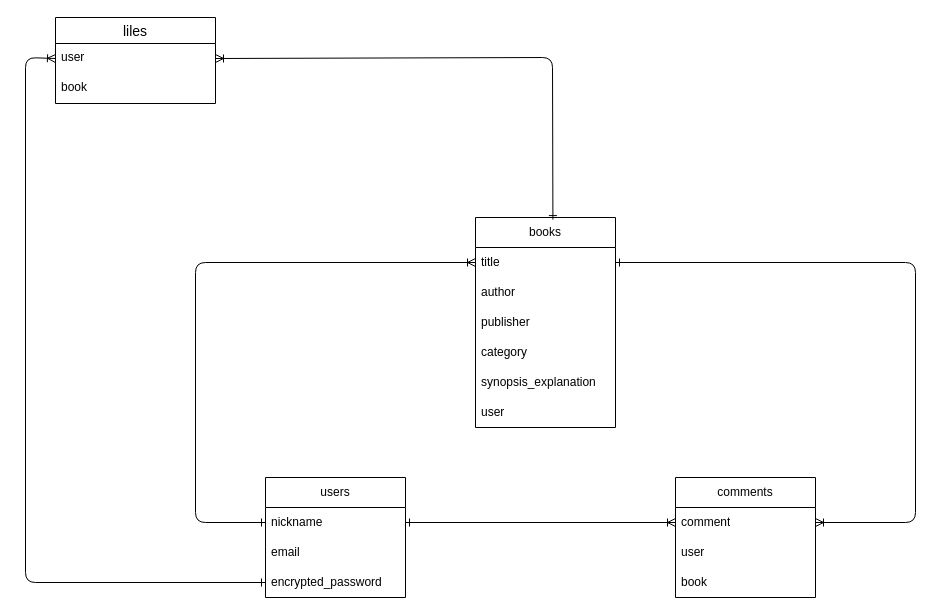
Earlier version of the draw.io diagram test.dio (daikimatsuoka/book-management). Source tidied: cells renumbered, new cells numbered last; positions are measured from the earlier drawing's top-left corner, leaving out a move shared by most shapes. Both pictures are drawn from the tidied source at 100%, with x=0, y=0 at pixel (25, 17).
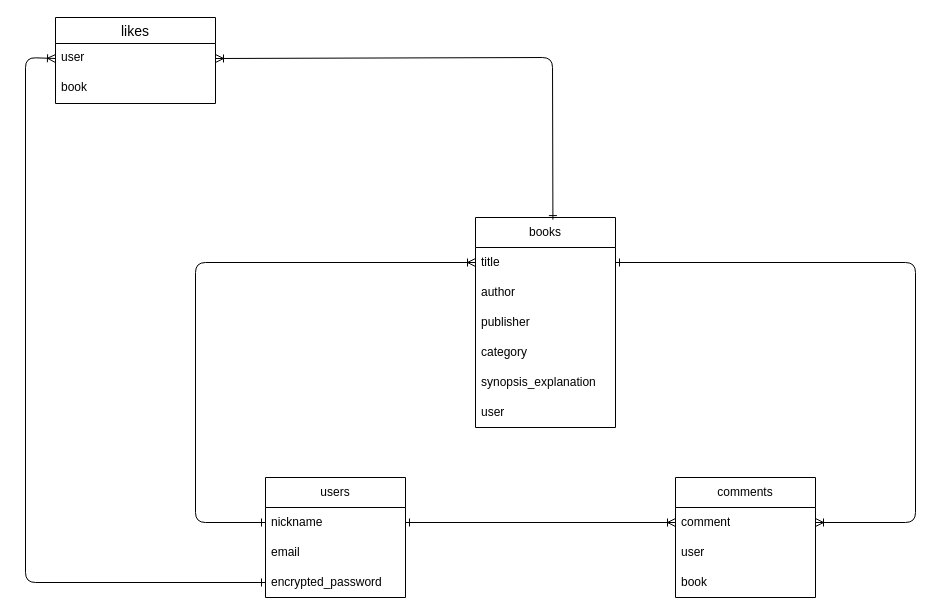
The same page after the edit.

Change to the diagram source:
```diff
@@
-    <mxCell id="20" value="liles" style="swimlane;fontStyle=0;horizontal=1;startSize=26;align=center;fontSize=14;" parent="1" vertex="1">
+    <mxCell id="20" value="likes" style="swimlane;fontStyle=0;horizontal=1;startSize=26;align=center;fontSize=14;" parent="1" vertex="1">
       <mxGeometry x="30" width="160" height="86" as="geometry" />
     </mxCell>
```
